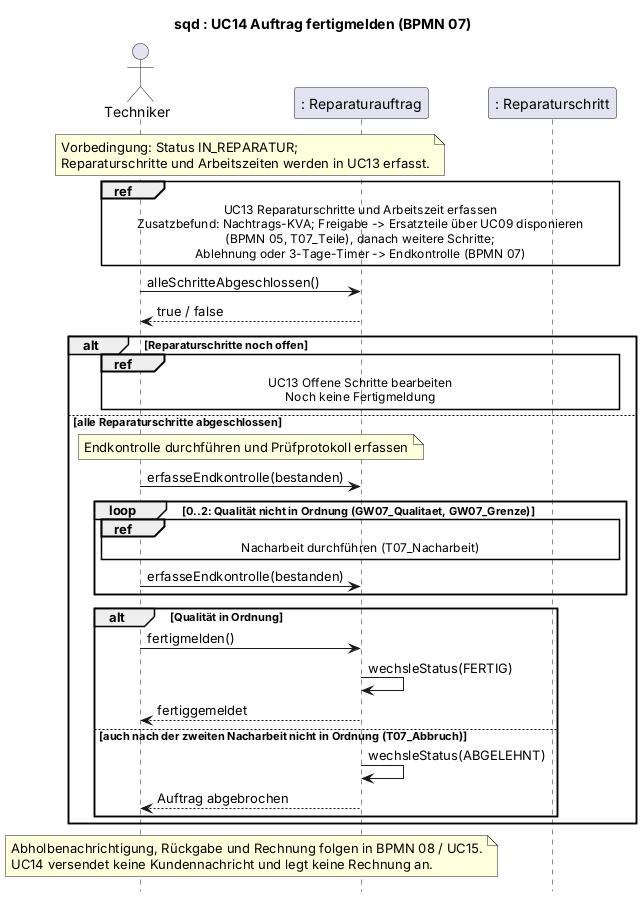
Earlier version of the PlantUML export 2_uml/entwurf-plantuml/sequenz-04-fertigmeldung.png (jakobschwan123-cmd/casestudy-semester-3).
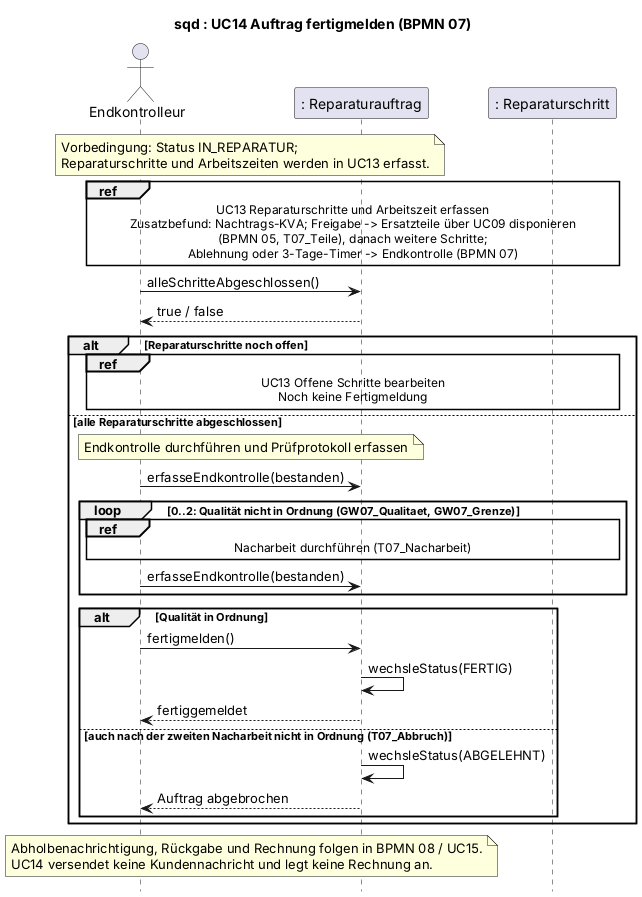
The same diagram one commit later.

What changed in the source:
```diff
@@ -5,7 +5,7 @@
 skinparam maxMessageSize 160
 hide footbox
 
-actor Techniker
+actor Endkontrolleur as Techniker
 participant ": Reparaturauftrag" as RA
 participant ": Reparaturschritt" as RS
 
```
